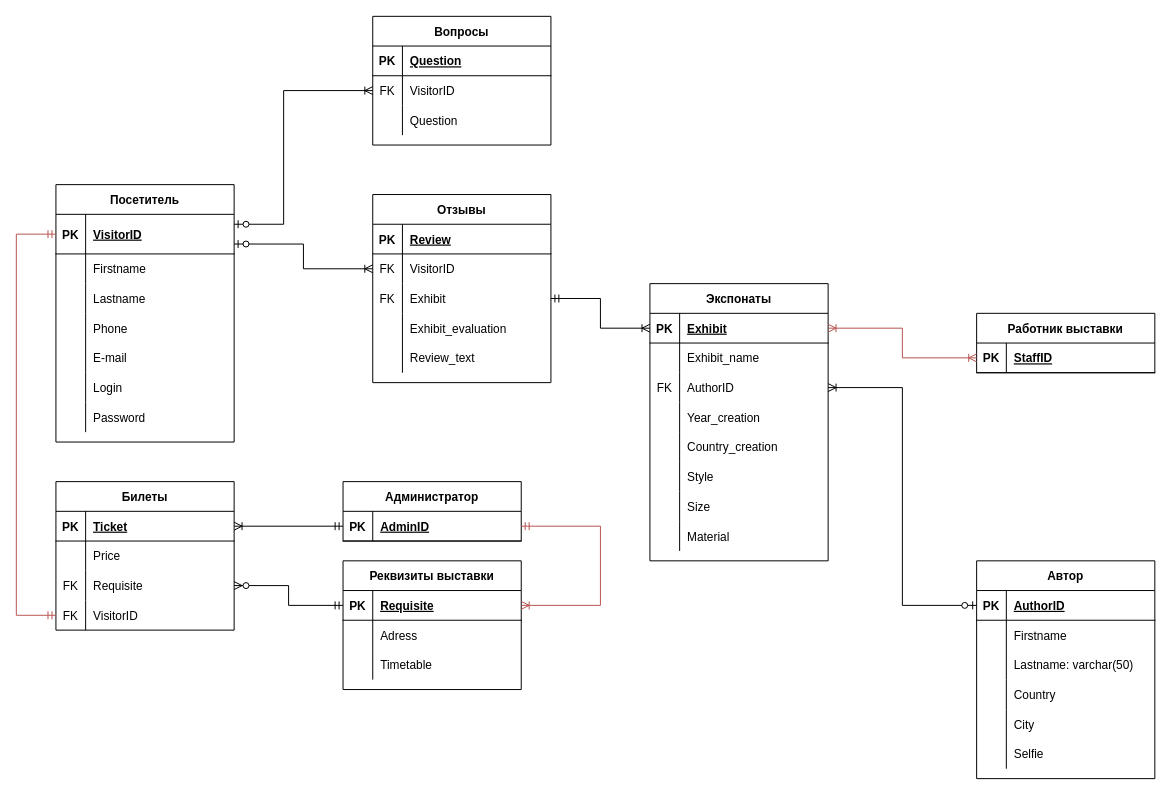
Earlier version of the draw.io diagram Diagrams/ER.drawio (OlgaMats/-). Source tidied: cells renumbered, new cells numbered last; positions are measured from the earlier drawing's top-left corner, leaving out a move shared by most shapes. Both pictures are drawn from the tidied source at 99%, with x=0, y=0 at pixel (16, 16).
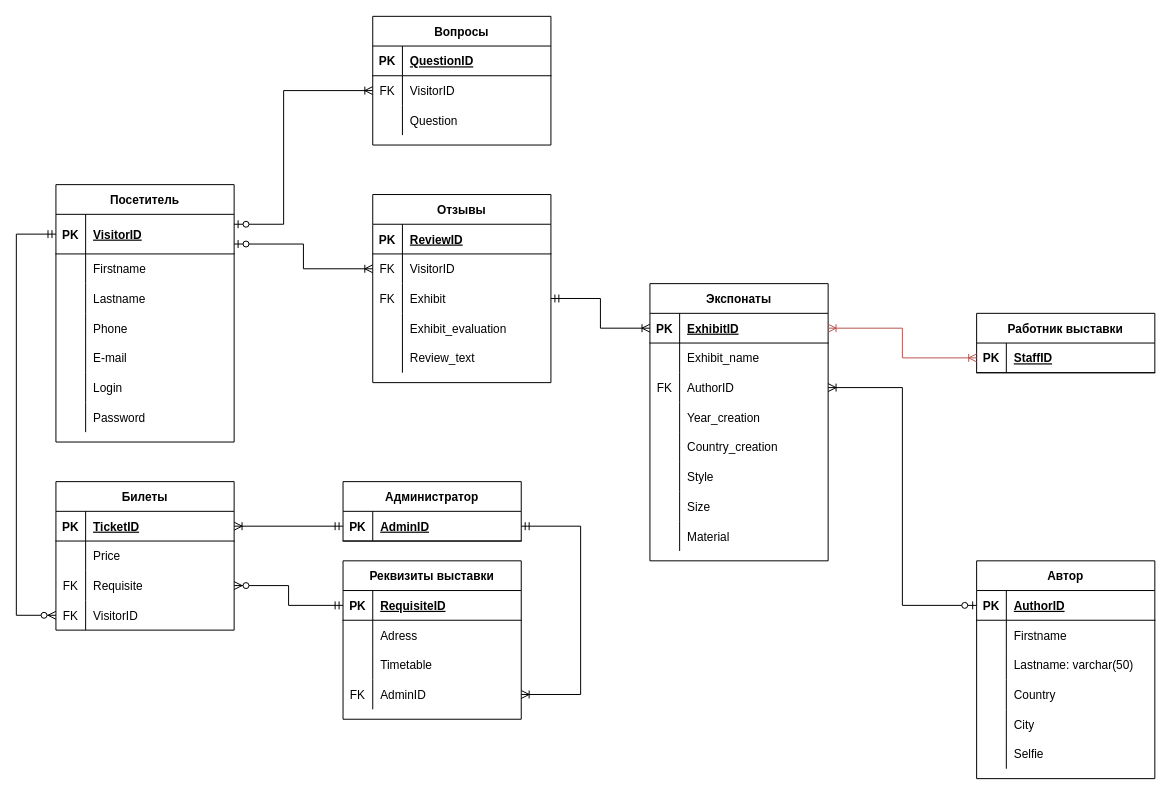
The same diagram, later.

Unchanged cells that the change refers to:
```xml
<mxCell id="3" style="shape=partialRectangle;fillColor=none;top=0;left=0;bottom=1;right=0;points=[[0,0.5],[1,0.5]];portConstraint=eastwest;" parent="2" vertex="1">
  <mxGeometry y="30" width="180" height="40" as="geometry" />
</mxCell>
<mxCell id="25" style="shape=partialRectangle;fillColor=none;top=0;left=0;bottom=1;right=0;" parent="24" vertex="1">
  <mxGeometry y="30" width="180" height="30" as="geometry" />
</mxCell>
<mxCell id="42" style="shape=partialRectangle;fillColor=none;top=0;left=0;bottom=1;right=0;points=[[0,0.5],[1,0.5]];portConstraint=eastwest;" parent="41" vertex="1">
  <mxGeometry y="30" width="180" height="30" as="geometry" />
</mxCell>
<mxCell id="46" style="shape=partialRectangle;fillColor=none;top=0;left=0;bottom=1;right=0;points=[[0,0.5],[1,0.5]];portConstraint=eastwest;" parent="45" vertex="1">
  <mxGeometry y="30" width="180" height="30" as="geometry" />
</mxCell>
<mxCell id="52" style="shape=partialRectangle;fillColor=none;top=0;left=0;bottom=0;right=0;" parent="45" vertex="1">
  <mxGeometry y="90" width="180" height="30" as="geometry" />
</mxCell>
<mxCell id="56" style="shape=partialRectangle;fillColor=none;top=0;left=0;bottom=1;right=0;points=[[0,0.5],[1,0.5]];portConstraint=eastwest;" parent="55" vertex="1">
  <mxGeometry y="30" width="180" height="30" as="geometry" />
</mxCell>
<mxCell id="65" style="shape=partialRectangle;fillColor=none;top=0;left=0;bottom=0;right=0;points=[[0,0.5],[1,0.5]];portConstraint=eastwest;" parent="55" vertex="1">
  <mxGeometry y="120" width="180" height="30" as="geometry" />
</mxCell>
<mxCell id="73" style="shape=partialRectangle;fillColor=none;top=0;left=0;bottom=1;right=0;points=[[0,0.5],[1,0.5]];portConstraint=eastwest;" parent="72" vertex="1">
  <mxGeometry y="30" width="180" height="30" as="geometry" />
</mxCell>
<mxCell id="124" style="shape=partialRectangle;fillColor=none;top=0;left=0;bottom=1;right=0;" parent="123" vertex="1">
  <mxGeometry y="30" width="180" height="30" as="geometry" />
</mxCell>
```

Diff of the diagram source:
```diff
@@
-    <mxCell id="27" value="Review" style="shape=partialRectangle;fillColor=none;top=0;left=0;bottom=0;right=0;align=left;spacingLeft=6;fontStyle=5;overflow=hidden;" parent="25" vertex="1">
+    <mxCell id="27" value="ReviewID" style="shape=partialRectangle;fillColor=none;top=0;left=0;bottom=0;right=0;align=left;spacingLeft=6;fontStyle=5;overflow=hidden;" parent="25" vertex="1">
       <mxGeometry x="30" width="150" height="30" as="geometry" />
     </mxCell>
@@
     <mxCell id="45" value="Реквизиты выставки" style="shape=table;startSize=30;childLayout=tableLayout;rowLines=0;fontStyle=1;align=center;" parent="1" vertex="1">
-      <mxGeometry x="330" y="550" width="180" height="130" as="geometry" />
+      <mxGeometry x="330" y="550" width="180" height="160" as="geometry" />
     </mxCell>
@@
-    <mxCell id="48" value="Requisite" style="shape=partialRectangle;fillColor=none;top=0;left=0;bottom=0;right=0;align=left;spacingLeft=6;fontStyle=5;overflow=hidden;" parent="46" vertex="1">
+    <mxCell id="48" value="RequisiteID" style="shape=partialRectangle;fillColor=none;top=0;left=0;bottom=0;right=0;align=left;spacingLeft=6;fontStyle=5;overflow=hidden;" parent="46" vertex="1">
       <mxGeometry x="30" width="150" height="30" as="geometry" />
     </mxCell>
@@
-    <mxCell id="54" value="Timetable" style="shape=partialRectangle;fillColor=none;top=0;left=0;bottom=0;right=0;align=left;spacingLeft=6;overflow=hidden;" parent="52" vertex="1">
+    <mxCell id="54" value="Timetable " style="shape=partialRectangle;fillColor=none;top=0;left=0;bottom=0;right=0;align=left;spacingLeft=6;overflow=hidden;" parent="52" vertex="1">
       <mxGeometry x="30" width="150" height="30" as="geometry" />
     </mxCell>
+    <mxCell id="134" style="shape=partialRectangle;fillColor=none;top=0;left=0;bottom=0;right=0;points=[[0,0.5],[1,0.5]];portConstraint=eastwest;" parent="45" vertex="1">
+      <mxGeometry y="120" width="180" height="30" as="geometry" />
+    </mxCell>
+    <mxCell id="135" value="FK" style="shape=partialRectangle;fillColor=none;top=0;left=0;bottom=0;right=0;overflow=hidden;" parent="134" vertex="1">
+      <mxGeometry width="30" height="30" as="geometry" />
+    </mxCell>
+    <mxCell id="136" value="AdminID" style="shape=partialRectangle;fillColor=none;top=0;left=0;bottom=0;right=0;align=left;spacingLeft=6;overflow=hidden;" parent="134" vertex="1">
+      <mxGeometry x="30" width="150" height="30" as="geometry" />
+    </mxCell>
@@
-    <mxCell id="58" value="Ticket" style="shape=partialRectangle;fillColor=none;top=0;left=0;bottom=0;right=0;align=left;spacingLeft=6;fontStyle=5;overflow=hidden;" parent="56" vertex="1">
+    <mxCell id="58" value="TicketID" style="shape=partialRectangle;fillColor=none;top=0;left=0;bottom=0;right=0;align=left;spacingLeft=6;fontStyle=5;overflow=hidden;" parent="56" vertex="1">
       <mxGeometry x="30" width="150" height="30" as="geometry" />
     </mxCell>
@@
-    <mxCell id="75" value="Exhibit" style="shape=partialRectangle;fillColor=none;top=0;left=0;bottom=0;right=0;align=left;spacingLeft=6;fontStyle=5;overflow=hidden;" parent="73" vertex="1">
+    <mxCell id="75" value="ExhibitID" style="shape=partialRectangle;fillColor=none;top=0;left=0;bottom=0;right=0;align=left;spacingLeft=6;fontStyle=5;overflow=hidden;" parent="73" vertex="1">
       <mxGeometry x="30" width="150" height="30" as="geometry" />
     </mxCell>
@@
-    <mxCell id="118" style="edgeStyle=orthogonalEdgeStyle;fontSize=12;html=1;endArrow=ERoneToMany;startArrow=ERmandOne;rounded=0;fillColor=#f8cecc;strokeColor=#b85450;" parent="1" edge="1" source="42" target="46">
+    <mxCell id="118" style="edgeStyle=orthogonalEdgeStyle;fontSize=12;html=1;endArrow=ERoneToMany;startArrow=ERmandOne;rounded=0;" parent="1" edge="1" source="42" target="134">
       <mxGeometry relative="1" as="geometry">
         <Array as="points">
-          <mxPoint x="590" y="515" />
-          <mxPoint x="590" y="595" />
+          <mxPoint x="570" y="515" />
+          <mxPoint x="570" y="685" />
         </Array>
       </mxGeometry>
     </mxCell>
@@
-    <mxCell id="121" style="edgeStyle=orthogonalEdgeStyle;fontSize=12;html=1;endArrow=ERmandOne;startArrow=ERmandOne;rounded=0;endFill=0;fillColor=#f8cecc;strokeColor=#b85450;" parent="1" edge="1" source="65" target="3">
+    <mxCell id="121" style="edgeStyle=orthogonalEdgeStyle;fontSize=12;html=1;endArrow=ERmandOne;startArrow=ERzeroToMany;rounded=0;endFill=0;startFill=1;" parent="1" edge="1" source="65" target="3">
       <mxGeometry relative="1" as="geometry">
         <Array as="points">
           <mxPoint y="605" />
           <mxPoint y="220" />
         </Array>
       </mxGeometry>
     </mxCell>
@@
-    <mxCell id="126" value="Question" style="shape=partialRectangle;fillColor=none;top=0;left=0;bottom=0;right=0;align=left;spacingLeft=6;fontStyle=5;overflow=hidden;" parent="124" vertex="1">
+    <mxCell id="126" value="QuestionID" style="shape=partialRectangle;fillColor=none;top=0;left=0;bottom=0;right=0;align=left;spacingLeft=6;fontStyle=5;overflow=hidden;" parent="124" vertex="1">
       <mxGeometry x="30" width="150" height="30" as="geometry" />
     </mxCell>
```
